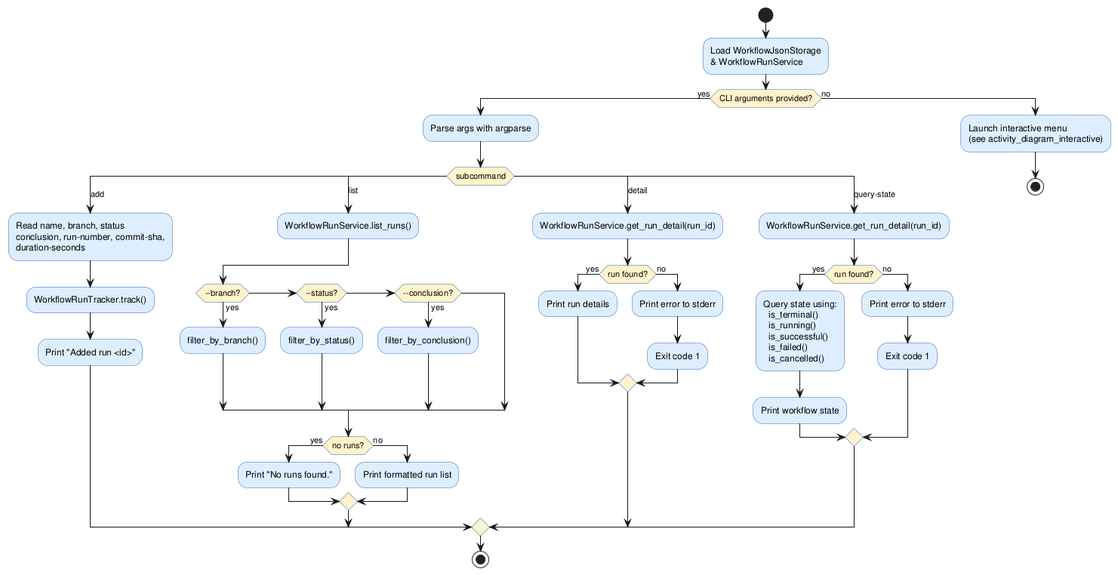
Earlier version of the PlantUML export experiments/pipeline/structured_text/github-workflow-manager/artifacts/activity_diagram_main.png (DanielRiha8906/Software_autoevolution_using_agents).
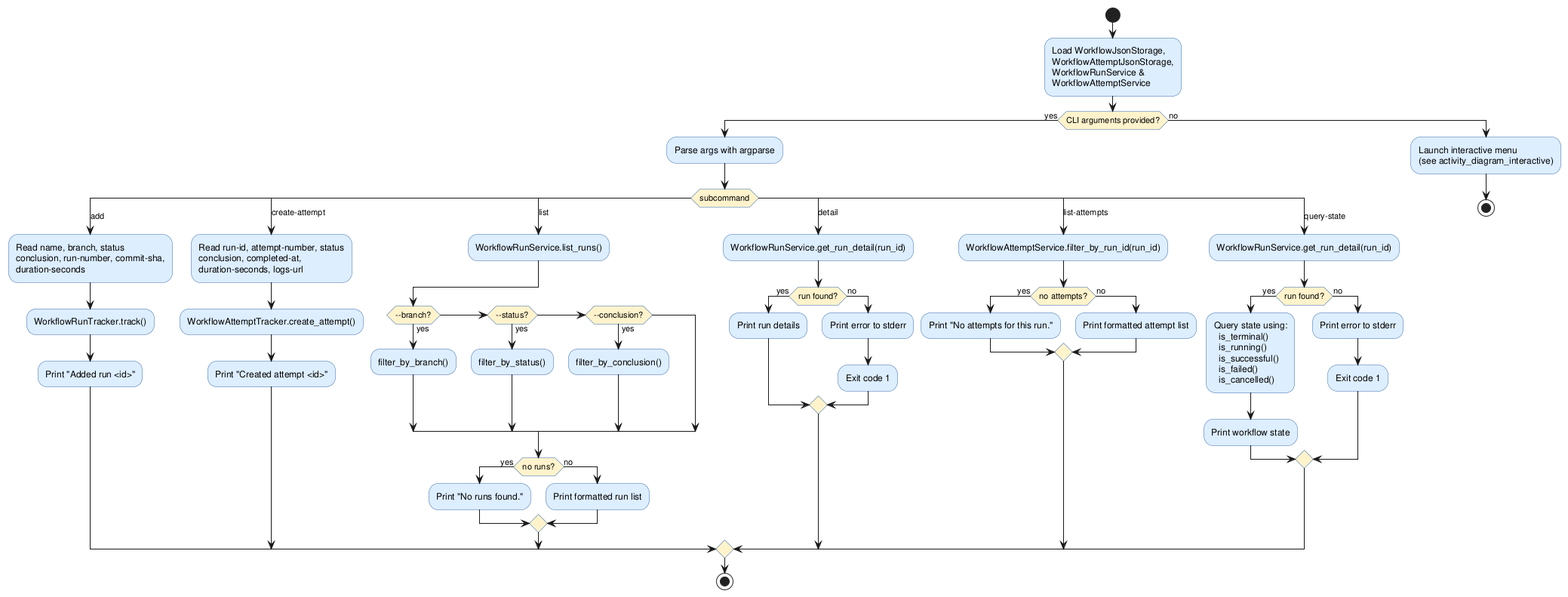
The same diagram one commit later.

The edit, as a diff of the source:
```diff
@@ -6,7 +6,7 @@
 
 start
 
-:Load WorkflowJsonStorage\n& WorkflowRunService;
+:Load WorkflowJsonStorage,\nWorkflowAttemptJsonStorage,\nWorkflowRunService &\nWorkflowAttemptService;
 
 if (CLI arguments provided?) then (yes)
   :Parse args with argparse;
@@ -16,6 +16,11 @@
       :Read name, branch, status\nconclusion, run-number, commit-sha,\nduration-seconds;
       :WorkflowRunTracker.track();
       :Print "Added run <id>";
+
+    case (create-attempt)
+      :Read run-id, attempt-number, status\nconclusion, completed-at,\nduration-seconds, logs-url;
+      :WorkflowAttemptTracker.create_attempt();
+      :Print "Created attempt <id>";
 
     case (list)
       :WorkflowRunService.list_runs();
@@ -41,6 +46,14 @@
         :Exit code 1;
       endif
 
+    case (list-attempts)
+      :WorkflowAttemptService.filter_by_run_id(run_id);
+      if (no attempts?) then (yes)
+        :Print "No attempts for this run.";
+      else (no)
+        :Print formatted attempt list;
+      endif
+
     case (query-state)
       :WorkflowRunService.get_run_detail(run_id);
       if (run found?) then (yes)
```
